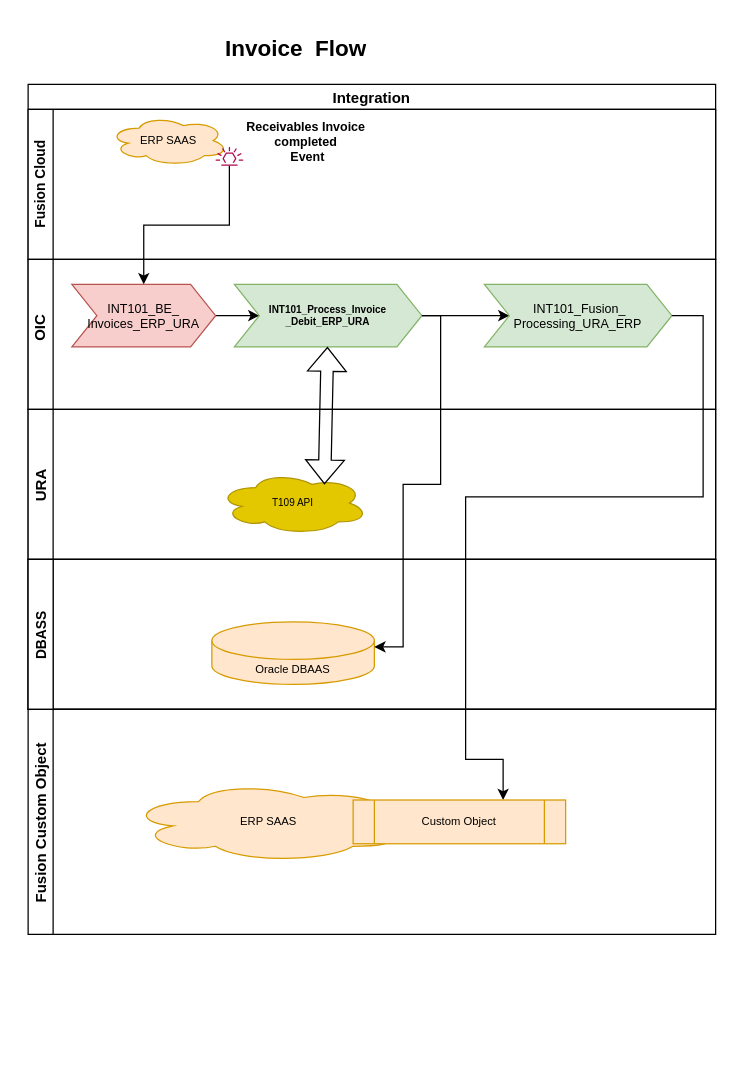
This is Invoice Flow Diagram.drawio from anantwag19/Workspace, a draw.io file, before an edit. Source tidied: cells renumbered, new cells numbered last; positions are measured from the earlier drawing's top-left corner, leaving out a move shared by most shapes. Both pictures are drawn from the tidied source at 125%, with x=0, y=0 at pixel (-16, 34).
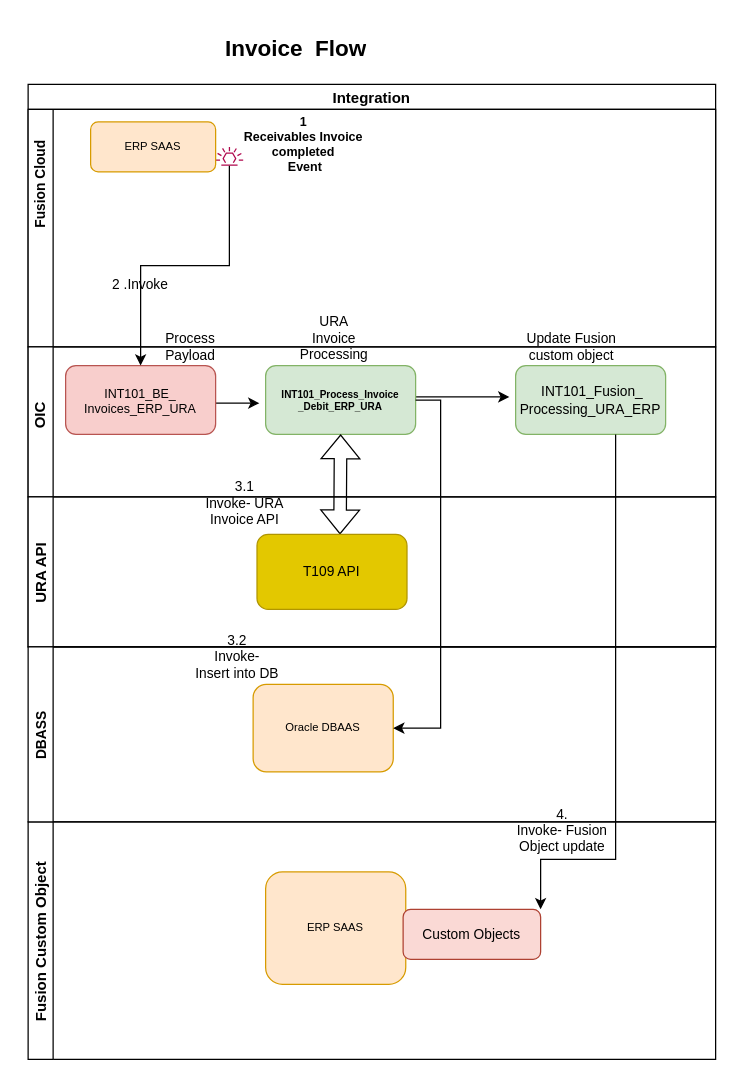
Above is the later version.

The change refers to these unchanged cells:
```xml
<mxCell id="6" style="sketch=0;outlineConnect=0;fontColor=#232F3E;gradientColor=none;fillColor=#B0084D;strokeColor=none;dashed=0;verticalLabelPosition=bottom;verticalAlign=top;align=center;html=1;fontSize=12;fontStyle=0;shape=mxgraph.aws4.eventbridge_default_event_bus_resource;" parent="3" vertex="1">
  <mxGeometry x="150" y="30" width="22.1" height="15" as="geometry" />
</mxCell>
```

The edit, as a diff of the source:
```diff
@@
     <mxCell id="2" value="Integration " style="swimlane;horizontal=1;startSize=20;" parent="1" vertex="1">
-      <mxGeometry x="35" y="40" width="550" height="500" as="geometry" />
+      <mxGeometry x="35" y="40" width="550" height="450" as="geometry" />
     </mxCell>
     <mxCell id="3" style="swimlane;startSize=20;horizontal=0;" parent="2" vertex="1">
-      <mxGeometry y="20" width="550" height="120" as="geometry" />
+      <mxGeometry y="20" width="550" height="190" as="geometry" />
     </mxCell>
@@
-    <mxCell id="5" value="ERP SAAS " style="ellipse;shape=cloud;whiteSpace=wrap;html=1;fontSize=9;fillColor=#ffe6cc;strokeColor=#d79b00;" parent="3" vertex="1">
-      <mxGeometry x="65" y="5" width="95" height="40" as="geometry" />
-    </mxCell>
@@
-    <mxCell id="7" value="&lt;div style=&quot;font-size: 10px;&quot;&gt;&lt;span style=&quot;font-size: 10px;&quot; lang=&quot;EN-GB&quot;&gt;Receivables Invoice &lt;br style=&quot;font-size: 10px;&quot;&gt;&lt;/span&gt;&lt;/div&gt;&lt;div style=&quot;font-size: 10px;&quot;&gt;&lt;span style=&quot;font-size: 10px;&quot; lang=&quot;EN-GB&quot;&gt;completed&lt;/span&gt;&lt;/div&gt;&lt;div style=&quot;font-size: 10px;&quot;&gt;&amp;nbsp;Event&lt;/div&gt;&lt;div style=&quot;font-size: 10px;&quot;&gt;&lt;br style=&quot;font-size: 10px;&quot;&gt;&lt;/div&gt;&lt;div style=&quot;font-size: 10px;&quot;&gt;&lt;br style=&quot;font-size: 10px;&quot;&gt;&lt;/div&gt;" style="text;html=1;align=center;verticalAlign=middle;strokeColor=none;fillColor=none;fontSize=10;fontStyle=1;" parent="3" vertex="1">
-      <mxGeometry x="162.1" y="2.5" width="120" height="70" as="geometry" />
+    <mxCell id="7" value="1&lt;div style=&quot;font-size: 10px&quot;&gt;&lt;span style=&quot;font-size: 10px&quot; lang=&quot;EN-GB&quot;&gt;Receivables Invoice &lt;br style=&quot;font-size: 10px&quot;&gt;&lt;/span&gt;&lt;/div&gt;&lt;div style=&quot;font-size: 10px&quot;&gt;&lt;span style=&quot;font-size: 10px&quot; lang=&quot;EN-GB&quot;&gt;completed&lt;/span&gt;&lt;/div&gt;&lt;div style=&quot;font-size: 10px&quot;&gt;&amp;nbsp;Event&lt;/div&gt;&lt;div style=&quot;font-size: 10px&quot;&gt;&lt;br style=&quot;font-size: 10px&quot;&gt;&lt;/div&gt;&lt;div style=&quot;font-size: 10px&quot;&gt;&lt;br style=&quot;font-size: 10px&quot;&gt;&lt;/div&gt;" style="text;html=1;align=center;verticalAlign=middle;strokeColor=none;fillColor=none;fontSize=10;fontStyle=1;" parent="3" vertex="1">
+      <mxGeometry x="160" width="120" height="80" as="geometry" />
     </mxCell>
+    <mxCell id="28" value="ERP SAAS" style="rounded=1;whiteSpace=wrap;html=1;fontSize=9;fillColor=#ffe6cc;strokeColor=#d79b00;" parent="3" vertex="1">
+      <mxGeometry x="50" y="10" width="100" height="40" as="geometry" />
+    </mxCell>
+    <mxCell id="29" value="URA Invoice Processing" style="text;html=1;strokeColor=none;fillColor=none;align=center;verticalAlign=middle;whiteSpace=wrap;rounded=0;fontSize=11;" parent="3" vertex="1">
+      <mxGeometry x="215" y="163" width="60" height="40" as="geometry" />
+    </mxCell>
+    <mxCell id="30" value="Update Fusion custom object" style="text;html=1;strokeColor=none;fillColor=none;align=center;verticalAlign=middle;whiteSpace=wrap;rounded=0;fontSize=11;" parent="3" vertex="1">
+      <mxGeometry x="390" y="170" width="90" height="40" as="geometry" />
+    </mxCell>
     <mxCell id="8" style="swimlane;startSize=20;horizontal=0;" parent="2" vertex="1">
-      <mxGeometry y="140" width="550" height="120" as="geometry" />
+      <mxGeometry y="210" width="550" height="120" as="geometry" />
     </mxCell>
@@
-    <mxCell id="10" style="edgeStyle=orthogonalEdgeStyle;rounded=0;jettySize=auto;html=1;fontSize=9;" parent="8" edge="1" source="11" target="13">
-      <mxGeometry relative="1" as="geometry" />
+    <mxCell id="10" style="edgeStyle=orthogonalEdgeStyle;rounded=0;orthogonalLoop=1;jettySize=auto;html=1;fontSize=9;" parent="8" edge="1">
+      <mxGeometry relative="1" as="geometry">
+        <mxPoint x="150" y="45" as="sourcePoint" />
+        <mxPoint x="185" y="45" as="targetPoint" />
+      </mxGeometry>
     </mxCell>
+    <mxCell id="12" style="edgeStyle=orthogonalEdgeStyle;rounded=0;orthogonalLoop=1;jettySize=auto;html=1;entryX=0;entryY=0.5;entryDx=0;entryDy=0;fontSize=9;exitX=0.992;exitY=0.4;exitDx=0;exitDy=0;exitPerimeter=0;" parent="8" edge="1">
+      <mxGeometry relative="1" as="geometry">
+        <mxPoint x="309" y="40" as="sourcePoint" />
+        <mxPoint x="385" y="40" as="targetPoint" />
+      </mxGeometry>
+    </mxCell>
-    <mxCell id="11" value="&lt;div style=&quot;font-size: 10px;&quot;&gt;&lt;a name=&quot;_Toc93504366&quot; style=&quot;font-size: 10px;&quot;&gt;&lt;span style=&quot;font-size: 10px;&quot; lang=&quot;EN-GB&quot;&gt;INT101_BE_&lt;/span&gt;&lt;/a&gt;&lt;/div&gt;&lt;div style=&quot;font-size: 10px;&quot;&gt;&lt;a name=&quot;_Toc93504366&quot; style=&quot;font-size: 10px;&quot;&gt;&lt;span style=&quot;font-size: 10px;&quot; lang=&quot;EN-GB&quot;&gt;Invoices_ERP_URA&lt;/span&gt;&lt;/a&gt;&lt;/div&gt;" style="shape=step;perimeter=stepPerimeter;whiteSpace=wrap;html=1;fixedSize=1;fontSize=10;fillColor=#f8cecc;strokeColor=#b85450;" parent="8" vertex="1">
-      <mxGeometry x="35" y="20" width="115" height="50" as="geometry" />
+    <mxCell id="11" value="&lt;div style=&quot;font-size: 10px&quot;&gt;&lt;a name=&quot;_Toc93504366&quot; style=&quot;font-size: 10px&quot;&gt;&lt;span style=&quot;font-size: 10px&quot; lang=&quot;EN-GB&quot;&gt;INT101_BE_&lt;/span&gt;&lt;/a&gt;&lt;/div&gt;&lt;div style=&quot;font-size: 10px&quot;&gt;&lt;a name=&quot;_Toc93504366&quot; style=&quot;font-size: 10px&quot;&gt;&lt;span style=&quot;font-size: 10px&quot; lang=&quot;EN-GB&quot;&gt;Invoices_ERP_URA&lt;/span&gt;&lt;/a&gt;&lt;/div&gt;" style="rounded=1;whiteSpace=wrap;html=1;fillColor=#f8cecc;strokeColor=#b85450;" parent="8" vertex="1">
+      <mxGeometry x="30" y="15" width="120" height="55" as="geometry" />
     </mxCell>
-    <mxCell id="12" style="edgeStyle=orthogonalEdgeStyle;rounded=0;jettySize=auto;html=1;entryX=0;entryY=0.5;entryDx=0;entryDy=0;fontSize=9;" parent="8" edge="1" source="13" target="14">
-      <mxGeometry relative="1" as="geometry" />
-    </mxCell>
-    <mxCell id="13" value="&lt;div style=&quot;font-size: 8px&quot;&gt;&lt;b&gt;&lt;font style=&quot;font-size: 8px&quot;&gt;INT101_Process_Invoice&lt;/font&gt;&lt;/b&gt;&lt;/div&gt;&lt;div style=&quot;font-size: 8px&quot;&gt;&lt;b&gt;&lt;font style=&quot;font-size: 8px&quot;&gt;_Debit_ERP_URA &lt;/font&gt;&lt;/b&gt;&lt;/div&gt;" style="shape=step;perimeter=stepPerimeter;whiteSpace=wrap;html=1;fixedSize=1;fontSize=10;fillColor=#d5e8d4;strokeColor=#82b366;" parent="8" vertex="1">
-      <mxGeometry x="165" y="20" width="150" height="50" as="geometry" />
+    <mxCell id="13" value="&lt;div style=&quot;font-size: 8px&quot;&gt;&lt;b&gt;&lt;font style=&quot;font-size: 8px&quot;&gt;INT101_Process_Invoice&lt;/font&gt;&lt;/b&gt;&lt;/div&gt;&lt;div style=&quot;font-size: 8px&quot;&gt;&lt;b&gt;&lt;font style=&quot;font-size: 8px&quot;&gt;_Debit_ERP_URA &lt;/font&gt;&lt;/b&gt;&lt;/div&gt;" style="rounded=1;whiteSpace=wrap;html=1;fillColor=#d5e8d4;strokeColor=#82b366;" parent="8" vertex="1">
+      <mxGeometry x="190" y="15" width="120" height="55" as="geometry" />
     </mxCell>
-    <mxCell id="14" value="&lt;div&gt;&amp;nbsp;INT101_Fusion_&lt;/div&gt;&lt;div&gt;Processing_URA_ERP&lt;/div&gt;" style="shape=step;perimeter=stepPerimeter;whiteSpace=wrap;html=1;fixedSize=1;fontSize=10;fillColor=#d5e8d4;strokeColor=#82b366;" parent="8" vertex="1">
-      <mxGeometry x="365" y="20" width="150" height="50" as="geometry" />
+    <mxCell id="14" value="&lt;div style=&quot;font-size: 11px&quot;&gt;&amp;nbsp;&lt;font style=&quot;font-size: 11px&quot;&gt;INT101_Fusion_&lt;/font&gt;&lt;/div&gt;&lt;div style=&quot;font-size: 11px&quot;&gt;&lt;font style=&quot;font-size: 11px&quot;&gt;Processing_URA_ERP&lt;/font&gt;&lt;/div&gt;" style="rounded=1;whiteSpace=wrap;html=1;fillColor=#d5e8d4;strokeColor=#82b366;" parent="8" vertex="1">
+      <mxGeometry x="390" y="15" width="120" height="55" as="geometry" />
     </mxCell>
+    <mxCell id="31" value="Process Payload" style="text;html=1;strokeColor=none;fillColor=none;align=center;verticalAlign=middle;whiteSpace=wrap;rounded=0;fontSize=11;" parent="8" vertex="1">
+      <mxGeometry x="100" y="-15" width="60" height="30" as="geometry" />
+    </mxCell>
+    <mxCell id="21" style="shape=flexArrow;endArrow=classic;startArrow=classic;html=1;rounded=0;fontSize=9;" parent="8" edge="1">
+      <mxGeometry relative="1" as="geometry">
+        <mxPoint x="249.5" y="150" as="sourcePoint" />
+        <mxPoint x="250" y="70" as="targetPoint" />
+      </mxGeometry>
+    </mxCell>
-    <mxCell id="15" value="URA" style="swimlane;startSize=20;horizontal=0;" parent="2" vertex="1">
-      <mxGeometry y="260" width="550" height="120" as="geometry" />
+    <mxCell id="15" value="URA API" style="swimlane;startSize=20;horizontal=0;" parent="2" vertex="1">
+      <mxGeometry y="330" width="550" height="120" as="geometry" />
     </mxCell>
-    <mxCell id="16" value="T109 API " style="ellipse;shape=cloud;whiteSpace=wrap;html=1;fontSize=8;fillColor=#e3c800;fontColor=#000000;strokeColor=#B09500;" parent="15" vertex="1">
-      <mxGeometry x="152.1" y="50" width="120" height="50" as="geometry" />
+    <mxCell id="16" value="T109 API " style="rounded=1;whiteSpace=wrap;html=1;fontSize=11;fillColor=#e3c800;fontColor=#000000;strokeColor=#B09500;" parent="15" vertex="1">
+      <mxGeometry x="183.1" y="30" width="120" height="60" as="geometry" />
     </mxCell>
-    <mxCell id="17" style="swimlane;startSize=20;horizontal=0;" parent="2" vertex="1">
-      <mxGeometry y="380" width="550" height="120" as="geometry" />
-    </mxCell>
+    <mxCell id="32" value="&lt;div&gt;3.1&lt;/div&gt;&lt;div&gt;Invoke- URA Invoice API&lt;/div&gt;" style="text;html=1;strokeColor=none;fillColor=none;align=center;verticalAlign=middle;whiteSpace=wrap;rounded=0;fontSize=11;" parent="15" vertex="1">
+      <mxGeometry x="126" y="-15" width="95" height="40" as="geometry" />
+    </mxCell>
+    <mxCell id="20" style="edgeStyle=orthogonalEdgeStyle;rounded=0;jettySize=auto;html=1;fontSize=11;" parent="2" edge="1" source="6" target="11">
+      <mxGeometry relative="1" as="geometry" />
+    </mxCell>
+    <mxCell id="24" value="&lt;h1&gt;Invoice&amp;nbsp; Flow &lt;br&gt;&lt;/h1&gt;&amp;nbsp;" style="text;html=1;strokeColor=none;fillColor=none;spacing=5;spacingTop=-20;whiteSpace=wrap;overflow=hidden;rounded=0;fontSize=9;" parent="1" vertex="1">
+      <mxGeometry x="187.5" width="245" height="40" as="geometry" />
+    </mxCell>
+    <mxCell id="33" value="2 .Invoke" style="text;html=1;strokeColor=none;fillColor=none;align=center;verticalAlign=middle;whiteSpace=wrap;rounded=0;fontSize=11;" parent="1" vertex="1">
+      <mxGeometry x="95" y="190" width="60" height="20" as="geometry" />
+    </mxCell>
+    <mxCell id="25" value="Fusion Custom Object" style="swimlane;startSize=20;horizontal=0;fontSize=12;fontStyle=1;" parent="1" vertex="1">
+      <mxGeometry x="35" y="630" width="550" height="190" as="geometry" />
+    </mxCell>
+    <mxCell id="34" value="ERP SAAS" style="rounded=1;whiteSpace=wrap;html=1;fontSize=9;fillColor=#ffe6cc;strokeColor=#d79b00;" parent="25" vertex="1">
+      <mxGeometry x="190" y="40" width="112.1" height="90" as="geometry" />
+    </mxCell>
+    <mxCell id="35" value="Custom Objects" style="rounded=1;whiteSpace=wrap;html=1;fontSize=11;fillColor=#fad9d5;strokeColor=#ae4132;" parent="25" vertex="1">
+      <mxGeometry x="300" y="70" width="110" height="40" as="geometry" />
+    </mxCell>
+    <mxCell id="36" style="edgeStyle=orthogonalEdgeStyle;rounded=0;jettySize=auto;html=1;entryX=1;entryY=0;entryDx=0;entryDy=0;fontSize=11;" parent="1" edge="1" source="14" target="35">
+      <mxGeometry relative="1" as="geometry">
+        <Array as="points">
+          <mxPoint x="505" y="660" />
+          <mxPoint x="445" y="660" />
+        </Array>
+      </mxGeometry>
+    </mxCell>
-    <mxCell id="18" value="DBASS" style="swimlane;startSize=20;horizontal=0;fontSize=11;" parent="17" vertex="1">
-      <mxGeometry width="550" height="120" as="geometry" />
+    <mxCell id="18" value="DBASS" style="swimlane;startSize=20;horizontal=0;fontSize=11;" parent="1" vertex="1">
+      <mxGeometry x="35" y="490" width="550" height="140" as="geometry" />
     </mxCell>
-    <mxCell id="19" value="Oracle DBAAS" style="shape=cylinder3;whiteSpace=wrap;html=1;boundedLbl=1;backgroundOutline=1;size=15;fontSize=9;fillColor=#ffe6cc;strokeColor=#d79b00;" parent="18" vertex="1">
-      <mxGeometry x="147" y="50" width="130" height="50" as="geometry" />
+    <mxCell id="19" value="Oracle DBAAS" style="rounded=1;whiteSpace=wrap;html=1;fontSize=9;fillColor=#ffe6cc;strokeColor=#d79b00;" parent="18" vertex="1">
+      <mxGeometry x="180" y="30" width="112.1" height="70" as="geometry" />
     </mxCell>
-    <mxCell id="20" style="edgeStyle=orthogonalEdgeStyle;rounded=0;jettySize=auto;html=1;fontSize=9;" parent="2" edge="1" source="6" target="11">
-      <mxGeometry relative="1" as="geometry" />
-    </mxCell>
-    <mxCell id="21" style="shape=flexArrow;endArrow=classic;startArrow=classic;html=1;rounded=0;fontSize=9;exitX=0.708;exitY=0.2;exitDx=0;exitDy=0;exitPerimeter=0;" parent="2" edge="1" source="16" target="13">
-      <mxGeometry relative="1" as="geometry" />
-    </mxCell>
+    <mxCell id="37" value="&lt;div&gt;3.2&lt;/div&gt;&lt;div&gt;Invoke- &lt;br&gt;&lt;/div&gt;&lt;div&gt;Insert into DB&lt;br&gt;&lt;/div&gt;" style="text;html=1;strokeColor=none;fillColor=none;align=center;verticalAlign=middle;whiteSpace=wrap;rounded=0;fontSize=11;" parent="18" vertex="1">
+      <mxGeometry x="120" y="-12" width="95" height="40" as="geometry" />
+    </mxCell>
+    <mxCell id="38" value="4.&lt;div&gt;Invoke- Fusion Object update&lt;br&gt;&lt;/div&gt;" style="text;html=1;strokeColor=none;fillColor=none;align=center;verticalAlign=middle;whiteSpace=wrap;rounded=0;fontSize=11;" parent="18" vertex="1">
+      <mxGeometry x="380" y="127" width="95" height="40" as="geometry" />
+    </mxCell>
+    <mxCell id="39" style="edgeStyle=orthogonalEdgeStyle;rounded=0;jettySize=auto;html=1;exitX=1;exitY=0.5;exitDx=0;exitDy=0;fontSize=11;" parent="1" edge="1" source="19">
+      <mxGeometry relative="1" as="geometry">
+        <mxPoint x="327" y="555" as="targetPoint" />
+      </mxGeometry>
+    </mxCell>
-    <mxCell id="22" style="edgeStyle=orthogonalEdgeStyle;rounded=0;jettySize=auto;html=1;entryX=1;entryY=0;entryDx=0;entryDy=20;entryPerimeter=0;fontSize=9;" parent="2" edge="1" source="13" target="19">
+    <mxCell id="22" style="edgeStyle=orthogonalEdgeStyle;rounded=0;jettySize=auto;html=1;entryX=1;entryY=0.5;entryDx=0;entryDy=0;fontSize=11;" parent="1" edge="1" source="13" target="19">
       <mxGeometry relative="1" as="geometry">
         <Array as="points">
-          <mxPoint x="330" y="185" />
-          <mxPoint x="330" y="320" />
-          <mxPoint x="300" y="320" />
-          <mxPoint x="300" y="450" />
+          <mxPoint x="365" y="293" />
+          <mxPoint x="365" y="555" />
         </Array>
       </mxGeometry>
     </mxCell>
-    <mxCell id="23" style="edgeStyle=orthogonalEdgeStyle;rounded=0;jettySize=auto;html=1;fontSize=9;" parent="1" edge="1" source="14" target="27">
-      <mxGeometry relative="1" as="geometry">
-        <Array as="points">
-          <mxPoint x="575" y="225" />
-          <mxPoint x="575" y="370" />
-          <mxPoint x="385" y="370" />
-          <mxPoint x="385" y="580" />
-          <mxPoint x="415" y="580" />
-        </Array>
-      </mxGeometry>
-    </mxCell>
-    <mxCell id="24" value="&lt;h1&gt;Invoice&amp;nbsp; Flow &lt;br&gt;&lt;/h1&gt;&amp;nbsp;" style="text;html=1;strokeColor=none;fillColor=none;spacing=5;spacingTop=-20;whiteSpace=wrap;overflow=hidden;rounded=0;fontSize=9;" parent="1" vertex="1">
-      <mxGeometry x="187.5" width="245" height="40" as="geometry" />
-    </mxCell>
-    <mxCell id="25" value="Fusion Custom Object" style="swimlane;startSize=20;horizontal=0;fontSize=12;fontStyle=1;" parent="1" vertex="1">
-      <mxGeometry x="35" y="540" width="550" height="180" as="geometry" />
-    </mxCell>
-    <mxCell id="26" value="ERP SAAS " style="ellipse;shape=cloud;whiteSpace=wrap;html=1;fontSize=9;fillColor=#ffe6cc;strokeColor=#d79b00;" parent="25" vertex="1">
-      <mxGeometry x="80" y="57.5" width="225" height="65" as="geometry" />
-    </mxCell>
-    <mxCell id="27" value="Custom Object" style="shape=process;whiteSpace=wrap;html=1;backgroundOutline=1;fontSize=9;fillColor=#ffe6cc;strokeColor=#d79b00;" parent="25" vertex="1">
-      <mxGeometry x="260" y="72.5" width="170" height="35" as="geometry" />
-    </mxCell>
```
